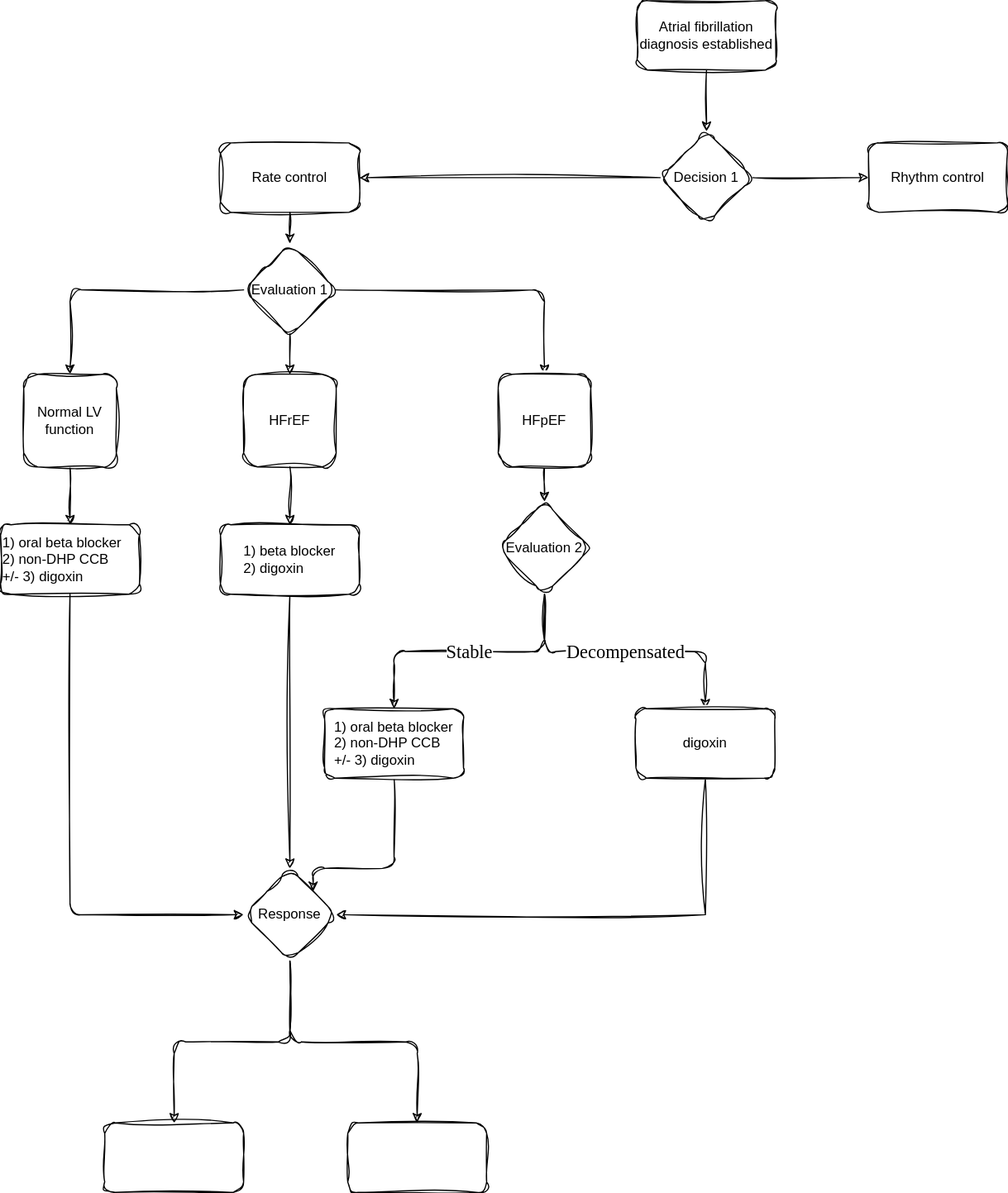
This is Atrial fibrillation/AF algorithm.svg from TomHsiung/Cardiology, a draw.io export, as it was before one commit. Source tidied: cells renumbered, new cells last; positions are measured from the earlier drawing's top-left corner, leaving out a move shared by most shapes.
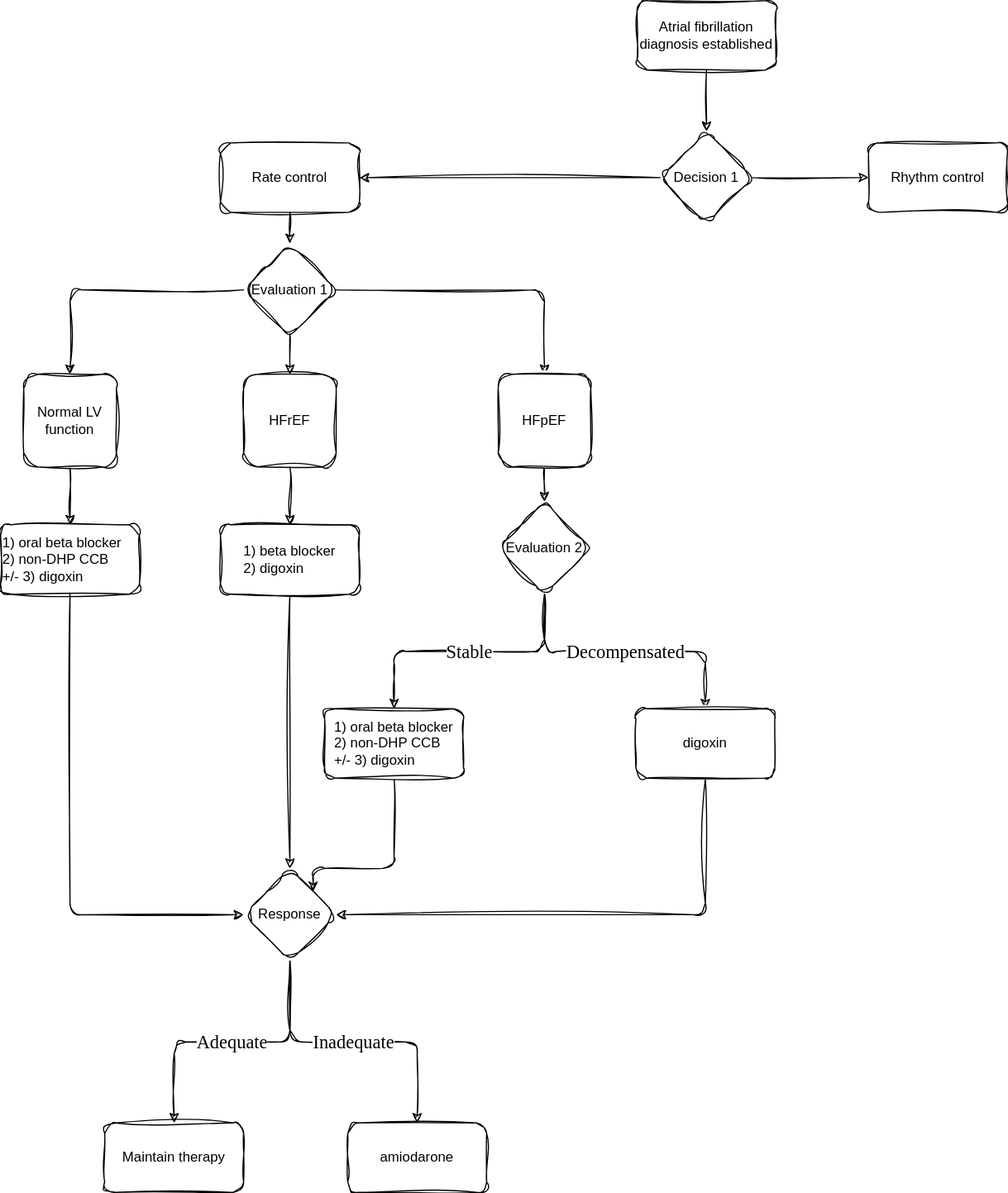
Above is the later version.

What changed in the source:
```diff
@@ -90,7 +90,7 @@
     <mxCell id="28" value="&lt;span style=&quot;text-align: left;&quot;&gt;1) oral beta blocker&lt;/span&gt;&lt;br style=&quot;border-color: var(--border-color); text-align: left;&quot;&gt;&lt;div style=&quot;border-color: var(--border-color); text-align: left;&quot;&gt;2) non-DHP CCB&lt;/div&gt;&lt;div style=&quot;border-color: var(--border-color); text-align: left;&quot;&gt;+/- 3) digoxin&lt;/div&gt;" style="rounded=1;whiteSpace=wrap;html=1;labelBackgroundColor=none;sketch=1;curveFitting=1;jiggle=2;" parent="1" vertex="1">
       <mxGeometry x="280" y="612" width="120" height="60" as="geometry" />
     </mxCell>
-    <mxCell id="29" style="edgeStyle=orthogonalEdgeStyle;rounded=0;sketch=1;hachureGap=4;jiggle=2;curveFitting=1;jettySize=auto;html=1;entryX=1;entryY=0.5;entryDx=0;entryDy=0;fontFamily=Architects Daughter;fontSource=https%3A%2F%2Ffonts.googleapis.com%2Fcss%3Ffamily%3DArchitects%2BDaughter;fontSize=16;exitX=0.5;exitY=1;exitDx=0;exitDy=0;" parent="1" edge="1" source="30" target="33">
+    <mxCell id="29" style="edgeStyle=orthogonalEdgeStyle;rounded=1;hachureGap=4;jettySize=auto;html=1;entryX=1;entryY=0.5;entryDx=0;entryDy=0;fontFamily=Architects Daughter;fontSource=https%3A%2F%2Ffonts.googleapis.com%2Fcss%3Ffamily%3DArchitects%2BDaughter;fontSize=16;exitX=0.5;exitY=1;exitDx=0;exitDy=0;sketch=1;curveFitting=1;jiggle=2;" parent="1" edge="1" source="30" target="33">
       <mxGeometry relative="1" as="geometry">
         <Array as="points">
           <mxPoint x="609" y="790" />
@@ -100,19 +100,19 @@
     <mxCell id="30" value="digoxin" style="rounded=1;whiteSpace=wrap;html=1;labelBackgroundColor=none;sketch=1;curveFitting=1;jiggle=2;" parent="1" vertex="1">
       <mxGeometry x="549" y="612" width="120" height="60" as="geometry" />
     </mxCell>
-    <mxCell id="31" style="edgeStyle=orthogonalEdgeStyle;rounded=1;jettySize=auto;html=1;exitX=0.5;exitY=1;exitDx=0;exitDy=0;entryX=0.5;entryY=0;entryDx=0;entryDy=0;sketch=1;curveFitting=1;jiggle=2;" parent="1" edge="1" source="33" target="34">
+    <mxCell id="31" value="Adequate" style="edgeStyle=orthogonalEdgeStyle;rounded=1;sketch=1;hachureGap=4;jiggle=2;curveFitting=1;jettySize=auto;html=1;exitX=0.5;exitY=1;exitDx=0;exitDy=0;entryX=0.5;entryY=0;entryDx=0;entryDy=0;fontFamily=Architects Daughter;fontSource=https%3A%2F%2Ffonts.googleapis.com%2Fcss%3Ffamily%3DArchitects%2BDaughter;fontSize=16;" parent="1" edge="1" source="33" target="34">
       <mxGeometry relative="1" as="geometry" />
     </mxCell>
-    <mxCell id="32" style="edgeStyle=orthogonalEdgeStyle;rounded=1;jettySize=auto;html=1;exitX=0.5;exitY=1;exitDx=0;exitDy=0;entryX=0.5;entryY=0;entryDx=0;entryDy=0;sketch=1;curveFitting=1;jiggle=2;" parent="1" edge="1" source="33" target="35">
+    <mxCell id="32" value="Inadequate" style="edgeStyle=orthogonalEdgeStyle;rounded=1;sketch=1;hachureGap=4;jiggle=2;curveFitting=1;jettySize=auto;html=1;exitX=0.5;exitY=1;exitDx=0;exitDy=0;fontFamily=Architects Daughter;fontSource=https%3A%2F%2Ffonts.googleapis.com%2Fcss%3Ffamily%3DArchitects%2BDaughter;fontSize=16;" parent="1" edge="1" source="33" target="35">
       <mxGeometry relative="1" as="geometry" />
     </mxCell>
     <mxCell id="33" value="Response" style="rhombus;whiteSpace=wrap;html=1;rounded=1;labelBackgroundColor=none;sketch=1;curveFitting=1;jiggle=2;" parent="1" vertex="1">
       <mxGeometry x="210" y="750" width="80" height="80" as="geometry" />
     </mxCell>
-    <mxCell id="34" style="rounded=1;whiteSpace=wrap;html=1;labelBackgroundColor=none;sketch=1;curveFitting=1;jiggle=2;" parent="1" vertex="1">
+    <mxCell id="34" value="Maintain therapy" style="rounded=1;whiteSpace=wrap;html=1;labelBackgroundColor=none;sketch=1;curveFitting=1;jiggle=2;" parent="1" vertex="1">
       <mxGeometry x="90" y="970" width="120" height="60" as="geometry" />
     </mxCell>
-    <mxCell id="35" style="rounded=1;whiteSpace=wrap;html=1;labelBackgroundColor=none;sketch=1;curveFitting=1;jiggle=2;" parent="1" vertex="1">
+    <mxCell id="35" value="amiodarone" style="rounded=1;whiteSpace=wrap;html=1;labelBackgroundColor=none;sketch=1;curveFitting=1;jiggle=2;" parent="1" vertex="1">
       <mxGeometry x="300" y="970" width="120" height="60" as="geometry" />
     </mxCell>
   </root>
```
